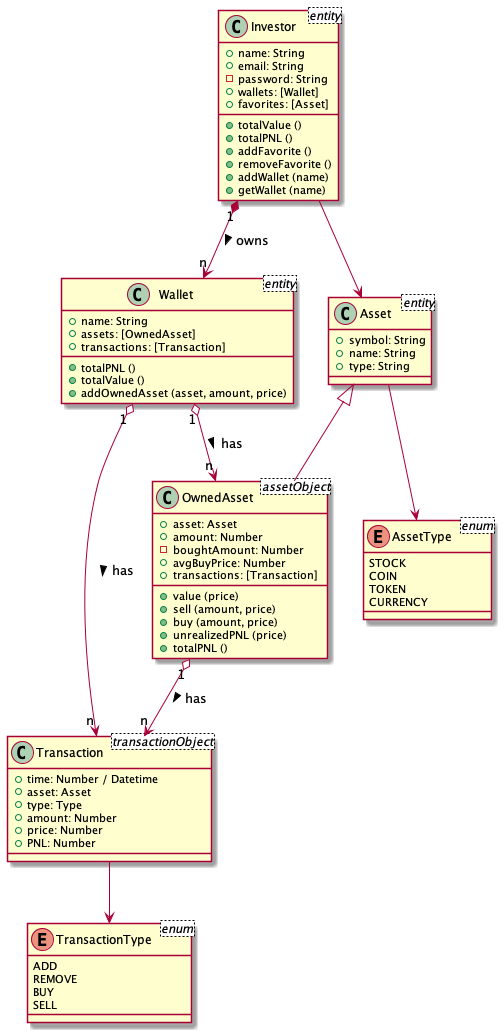
The PlantUML diagram class_diagram/Class Diagram.png in urtuba/spot-portfolio-tracker, before a commit. Source of this version:
```plantuml
@startuml Class Diagram

class Investor <entity>{
    + name: String
    + email: String
    - password: String
    + wallets: [Wallet]
    + favorites: [Asset]
    + totalValue ()
    + totalPNL ()
    + addFavorite ()
    + removeFavorite ()
    + addWallet (name)
    + getWallet (name)
}

class Wallet <entity> {
    + name: String
    + assets: [OwnedAsset]
    + transactions: [Transaction]
    + totalPNL ()
    + totalValue ()
    + addOwnedAsset (asset, amount, price)
}

class Asset <entity> {
    + symbol: String
    + name: String
    + type: String
}

class OwnedAsset <assetObject> {
    + asset: Asset
    + amount: Number
    - boughtAmount: Number
    + avgBuyPrice: Number
    + transactions: [Transaction]
    + value (price)
    + sell (amount, price)
    + buy (amount, price)
    + unrealizedPNL (price)
    + totalPNL ()
}

class Transaction <transactionObject> {
    + time: Number / Datetime
    + asset: Asset
    + type: Type
    + amount: Number
    + price: Number
    + PNL: Number
}

enum AssetType <enum> {
    STOCK
    COIN
    TOKEN
    CURRENCY
}

enum TransactionType <enum> {
    ADD
    REMOVE
    BUY
    SELL
}

Wallet "n" <-UP-* "1" Investor:  owns <
Asset <|-- OwnedAsset
OwnedAsset "1" o--> "n" Transaction: has >
Wallet "1" o--> "n" Transaction: has >
Wallet "1" o--> "n" OwnedAsset: has >
Asset  --> AssetType
Transaction --> TransactionType
Investor --> Asset


@enduml
```
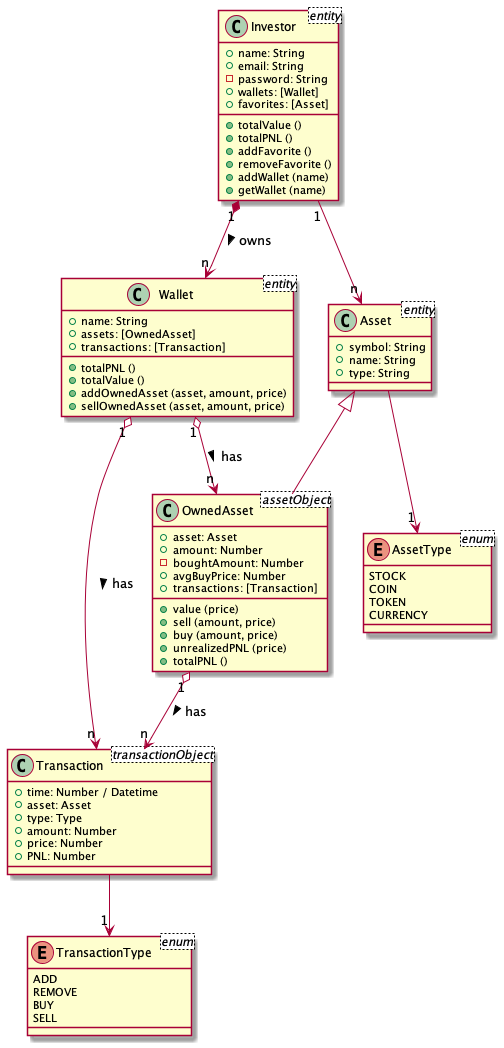
After the commit.

Commit message:
Update class diagram

Diff of the diagram source:
```diff
@@ -21,6 +21,7 @@
     + totalPNL ()
     + totalValue ()
     + addOwnedAsset (asset, amount, price)
+    + sellOwnedAsset (asset, amount, price)
 }
 
 class Asset <entity> {
@@ -70,9 +71,9 @@
 OwnedAsset "1" o--> "n" Transaction: has >
 Wallet "1" o--> "n" Transaction: has >
 Wallet "1" o--> "n" OwnedAsset: has >
-Asset  --> AssetType
-Transaction --> TransactionType
-Investor --> Asset
+Asset  --> "1" AssetType
+Transaction --> "1" TransactionType
+Investor "1" --> "n" Asset
 
 
 @enduml
```
